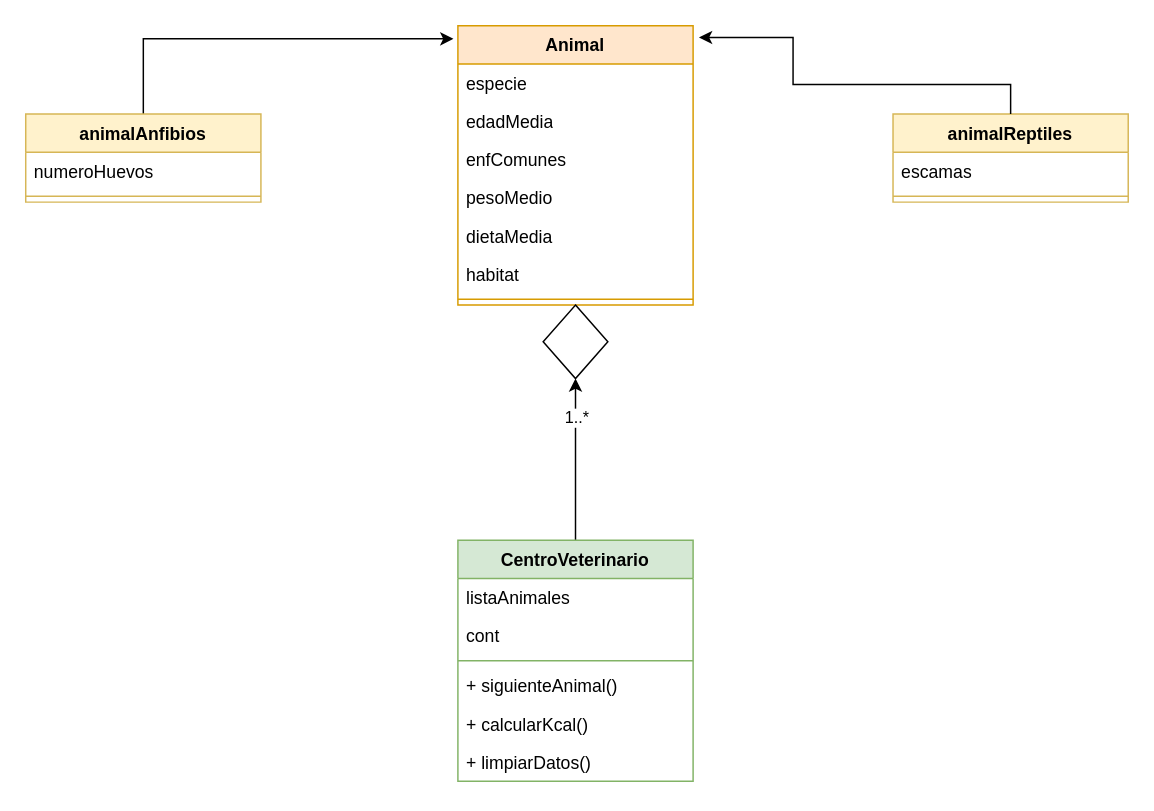
This is page "Diagrama de clases" (1 of 2) of Copia de CentroVeterinario.drawio from Rodrigo-0407/Centro-veterinario, a draw.io file, before an edit. Source tidied: cells renumbered, new cells numbered last; positions are measured from the earlier drawing's top-left corner, leaving out a move shared by most shapes. Both pictures are drawn from the tidied source at 147%, with x=0, y=0 at pixel (25, 25).
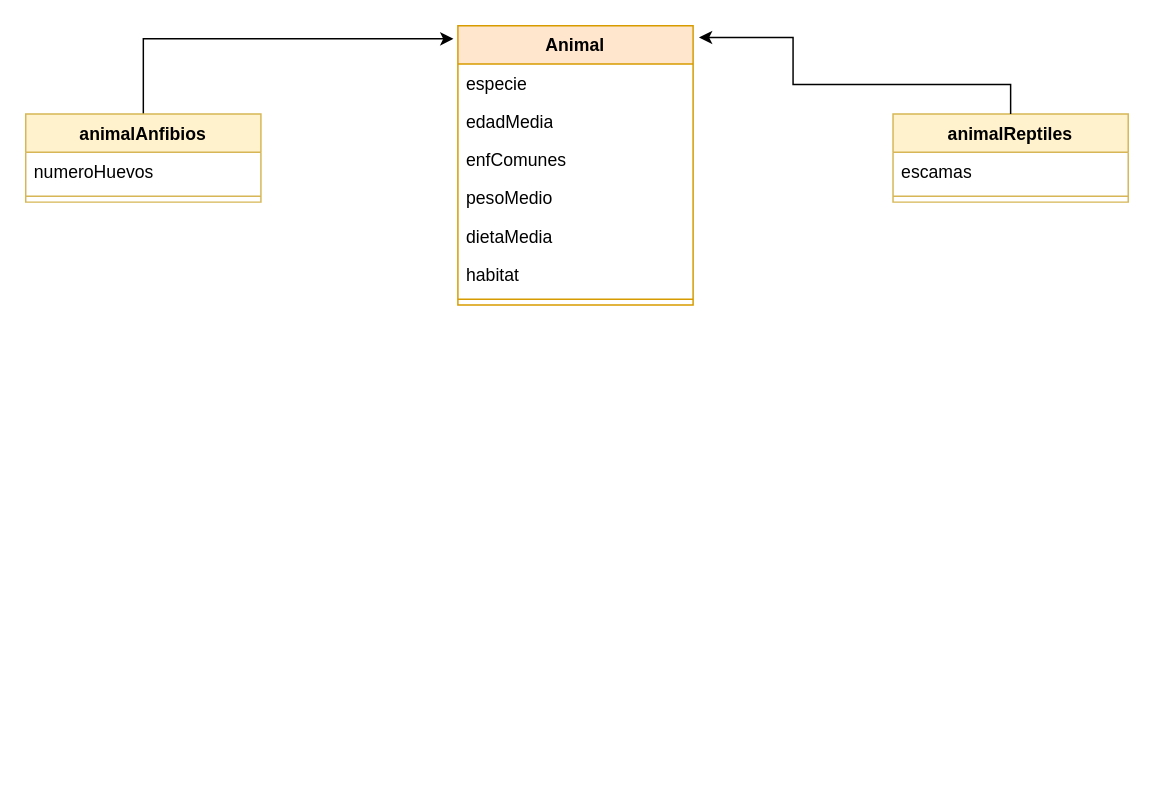
After the change.

What changed in the source:
```diff
@@
-    <mxCell id="18" style="edgeStyle=orthogonalEdgeStyle;rounded=0;jettySize=auto;html=1;" parent="1" edge="1" source="20" target="27">
-      <mxGeometry relative="1" as="geometry" />
-    </mxCell>
-    <mxCell id="19" value="1..*" style="edgeLabel;html=1;align=center;verticalAlign=middle;" parent="18" vertex="1">
-      <mxGeometry x="0.53" relative="1" as="geometry" />
-    </mxCell>
-    <mxCell id="20" value="CentroVeterinario" style="swimlane;fontStyle=1;align=center;verticalAlign=top;horizontal=1;startSize=26;whiteSpace=wrap;html=1;fillColor=#d5e8d4;strokeColor=#82b366;" parent="1" vertex="1">
-      <mxGeometry x="294" y="350" width="160" height="164" as="geometry" />
-    </mxCell>
-    <mxCell id="21" value="listaAnimales" style="text;strokeColor=none;fillColor=none;align=left;verticalAlign=top;spacingLeft=4;spacingRight=4;overflow=hidden;whiteSpace=wrap;html=1;" parent="20" vertex="1">
-      <mxGeometry y="26" width="160" height="26" as="geometry" />
-    </mxCell>
-    <mxCell id="22" value="cont" style="text;strokeColor=none;fillColor=none;align=left;verticalAlign=top;spacingLeft=4;spacingRight=4;overflow=hidden;whiteSpace=wrap;html=1;" parent="20" vertex="1">
-      <mxGeometry y="52" width="160" height="26" as="geometry" />
-    </mxCell>
-    <mxCell id="23" style="line;strokeWidth=1;fillColor=none;align=left;verticalAlign=middle;spacingTop=-1;spacingLeft=3;spacingRight=3;labelPosition=right;strokeColor=inherit;" parent="20" vertex="1">
-      <mxGeometry y="78" width="160" height="8" as="geometry" />
-    </mxCell>
-    <mxCell id="24" value="+ siguienteAnimal()" style="text;strokeColor=none;fillColor=none;align=left;verticalAlign=top;spacingLeft=4;spacingRight=4;overflow=hidden;whiteSpace=wrap;html=1;" parent="20" vertex="1">
-      <mxGeometry y="86" width="160" height="26" as="geometry" />
-    </mxCell>
-    <mxCell id="25" value="+ calcularKcal()" style="text;strokeColor=none;fillColor=none;align=left;verticalAlign=top;spacingLeft=4;spacingRight=4;overflow=hidden;whiteSpace=wrap;html=1;" parent="20" vertex="1">
-      <mxGeometry y="112" width="160" height="26" as="geometry" />
-    </mxCell>
-    <mxCell id="26" value="+ limpiarDatos()" style="text;strokeColor=none;fillColor=none;align=left;verticalAlign=top;spacingLeft=4;spacingRight=4;overflow=hidden;whiteSpace=wrap;html=1;" parent="20" vertex="1">
-      <mxGeometry y="138" width="160" height="26" as="geometry" />
-    </mxCell>
-    <mxCell id="27" style="rhombus;whiteSpace=wrap;html=1;verticalAlign=top;fontStyle=1;startSize=26;" parent="1" vertex="1">
-      <mxGeometry x="352" y="190" width="44" height="50" as="geometry" />
-    </mxCell>
```
